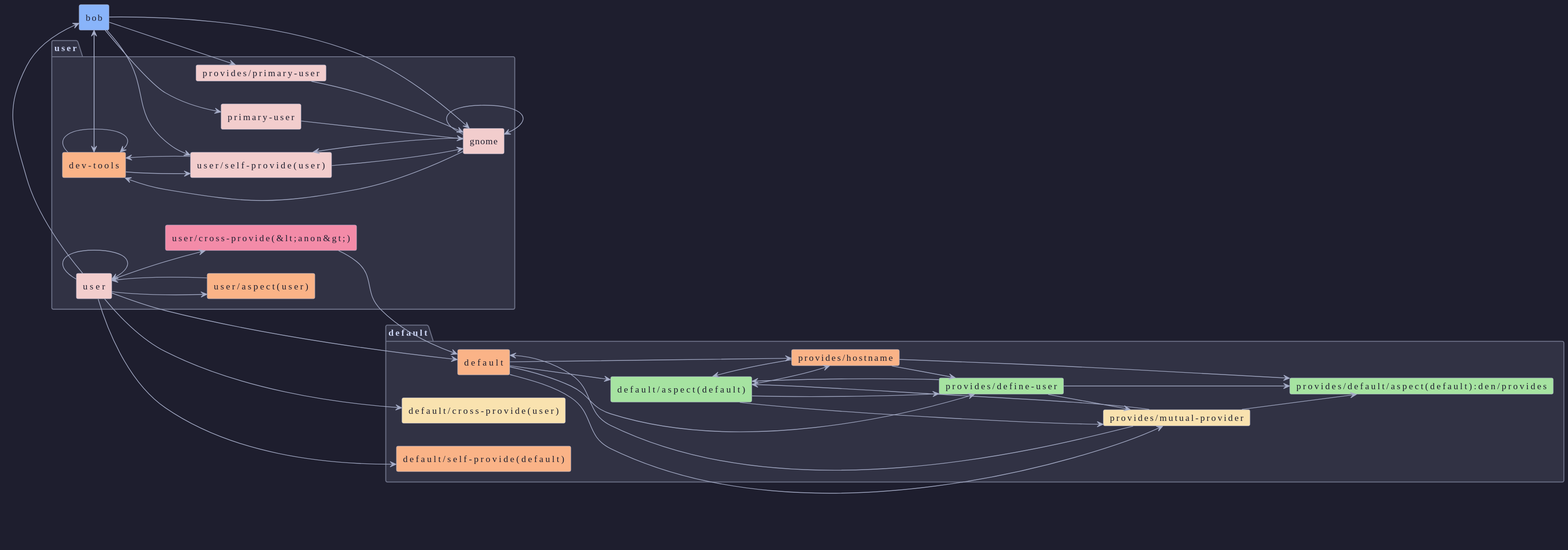
Above: templates/diag-fx-demo/diagrams/multi-desktop-bob-dag.puml.svg in sini/den (PlantUML), before the change. The source it was exported from:
```plantuml
@startuml
left to right direction
skinparam backgroundColor #1e1e2e
skinparam defaultFontColor #cdd6f4
skinparam defaultFontName "JetBrains Mono,monospace"
skinparam arrowColor #a6adc8
skinparam arrowFontColor #cdd6f4
skinparam RectangleBackgroundColor #313244
skinparam RectangleBorderColor #a6adc8
skinparam RectangleFontColor #1e1e2e
skinparam HexagonBackgroundColor #313244
skinparam HexagonBorderColor #a6adc8
skinparam HexagonFontColor #1e1e2e
skinparam CardBackgroundColor #313244
skinparam CardBorderColor #a6adc8
skinparam CardFontColor #1e1e2e
skinparam PackageBackgroundColor #313244
skinparam PackageBorderColor #6c7086
skinparam PackageFontColor #cdd6f4
skinparam NoteBackgroundColor #313244
skinparam NoteBorderColor #6c7086
skinparam NoteFontColor #cdd6f4

rectangle "bob" as bob #89b4fa
package "user" as stage_user {
  rectangle "dev-tools" as dev_tools #fab387
  rectangle "gnome" as gnome #f2cdcd
  rectangle "primary-user" as primary_user #f2cdcd
  card "provides/primary-user" as den__provides__primary_user #f2cdcd
  rectangle "user" as user #f2cdcd
  rectangle "user/aspect(user)" as user__aspect_user_ #fab387
  rectangle "user/cross-provide(&lt;anon&gt;)" as user__cross_provide__anon__ #f38ba8
  rectangle "user/self-provide(user)" as user__self_provide_user_ #f2cdcd
}
package "default" as stage_default {
  rectangle "default" as n_default #fab387
  rectangle "default/aspect(default)" as default__aspect_default_ #a6e3a1
  card "provides/default/aspect(default):den/provides" as den__provides__default__aspect_default__den__provides #a6e3a1
  rectangle "default/cross-provide(user)" as default__cross_provide_user_ #f9e2af
  rectangle "default/self-provide(default)" as default__self_provide_default_ #fab387
  card "provides/define-user" as den__provides__define_user #a6e3a1
  card "provides/hostname" as den__provides__hostname #fab387
  card "provides/mutual-provider" as den__provides__mutual_provider #f9e2af
}

bob --> dev_tools
bob --> gnome
bob --> primary_user
bob --> den__provides__primary_user
bob --> user__self_provide_user_
n_default --> default__aspect_default_
n_default --> den__provides__define_user
n_default --> den__provides__hostname
n_default --> den__provides__mutual_provider
default__aspect_default_ --> den__provides__define_user
default__aspect_default_ --> den__provides__hostname
default__aspect_default_ --> den__provides__mutual_provider
den__provides__define_user --> default__aspect_default_
den__provides__define_user --> den__provides__default__aspect_default__den__provides
den__provides__define_user --> den__provides__mutual_provider
den__provides__hostname --> default__aspect_default_
den__provides__hostname --> den__provides__default__aspect_default__den__provides
den__provides__hostname --> den__provides__define_user
den__provides__mutual_provider --> n_default
den__provides__mutual_provider --> default__aspect_default_
den__provides__mutual_provider --> den__provides__default__aspect_default__den__provides
den__provides__primary_user --> gnome
dev_tools --> bob
dev_tools --> dev_tools
dev_tools --> user__self_provide_user_
gnome --> dev_tools
gnome --> gnome
gnome --> user__self_provide_user_
primary_user --> gnome
user --> bob
user --> n_default
user --> default__cross_provide_user_
user --> default__self_provide_default_
user --> user
user --> user__aspect_user_
user --> user__cross_provide__anon__
user__aspect_user_ --> user
user__cross_provide__anon__ --> n_default
user__self_provide_user_ --> dev_tools
user__self_provide_user_ --> gnome
@enduml
```
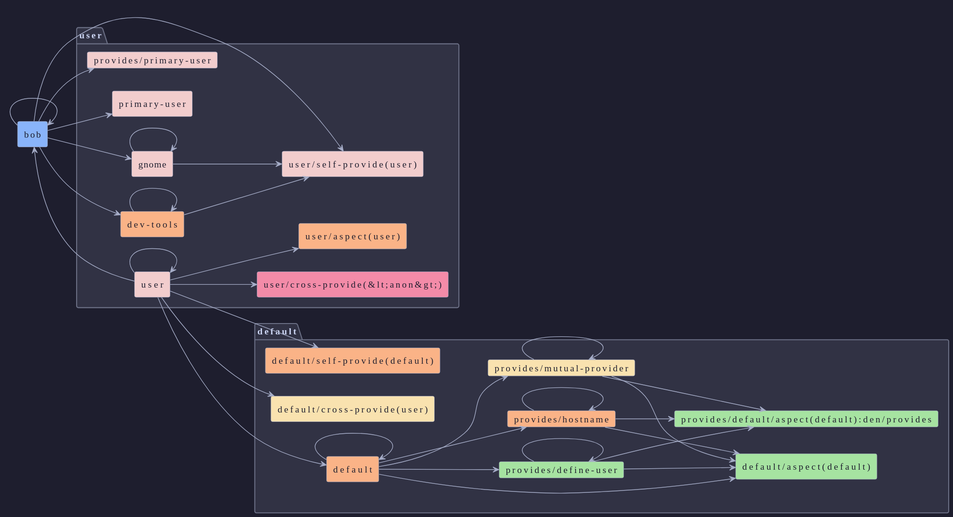
The same file after the commit.

Change to the diagram source:
```diff
@@ -43,35 +43,30 @@
   card "provides/mutual-provider" as den__provides__mutual_provider #f9e2af
 }
 
+bob --> bob
 bob --> dev_tools
 bob --> gnome
 bob --> primary_user
 bob --> den__provides__primary_user
 bob --> user__self_provide_user_
+n_default --> n_default
 n_default --> default__aspect_default_
 n_default --> den__provides__define_user
 n_default --> den__provides__hostname
 n_default --> den__provides__mutual_provider
-default__aspect_default_ --> den__provides__define_user
-default__aspect_default_ --> den__provides__hostname
-default__aspect_default_ --> den__provides__mutual_provider
 den__provides__define_user --> default__aspect_default_
 den__provides__define_user --> den__provides__default__aspect_default__den__provides
-den__provides__define_user --> den__provides__mutual_provider
+den__provides__define_user --> den__provides__define_user
 den__provides__hostname --> default__aspect_default_
 den__provides__hostname --> den__provides__default__aspect_default__den__provides
-den__provides__hostname --> den__provides__define_user
-den__provides__mutual_provider --> n_default
+den__provides__hostname --> den__provides__hostname
 den__provides__mutual_provider --> default__aspect_default_
 den__provides__mutual_provider --> den__provides__default__aspect_default__den__provides
-den__provides__primary_user --> gnome
-dev_tools --> bob
+den__provides__mutual_provider --> den__provides__mutual_provider
 dev_tools --> dev_tools
 dev_tools --> user__self_provide_user_
-gnome --> dev_tools
 gnome --> gnome
 gnome --> user__self_provide_user_
-primary_user --> gnome
 user --> bob
 user --> n_default
 user --> default__cross_provide_user_
@@ -79,8 +74,4 @@
 user --> user
 user --> user__aspect_user_
 user --> user__cross_provide__anon__
-user__aspect_user_ --> user
-user__cross_provide__anon__ --> n_default
-user__self_provide_user_ --> dev_tools
-user__self_provide_user_ --> gnome
 @enduml
```
